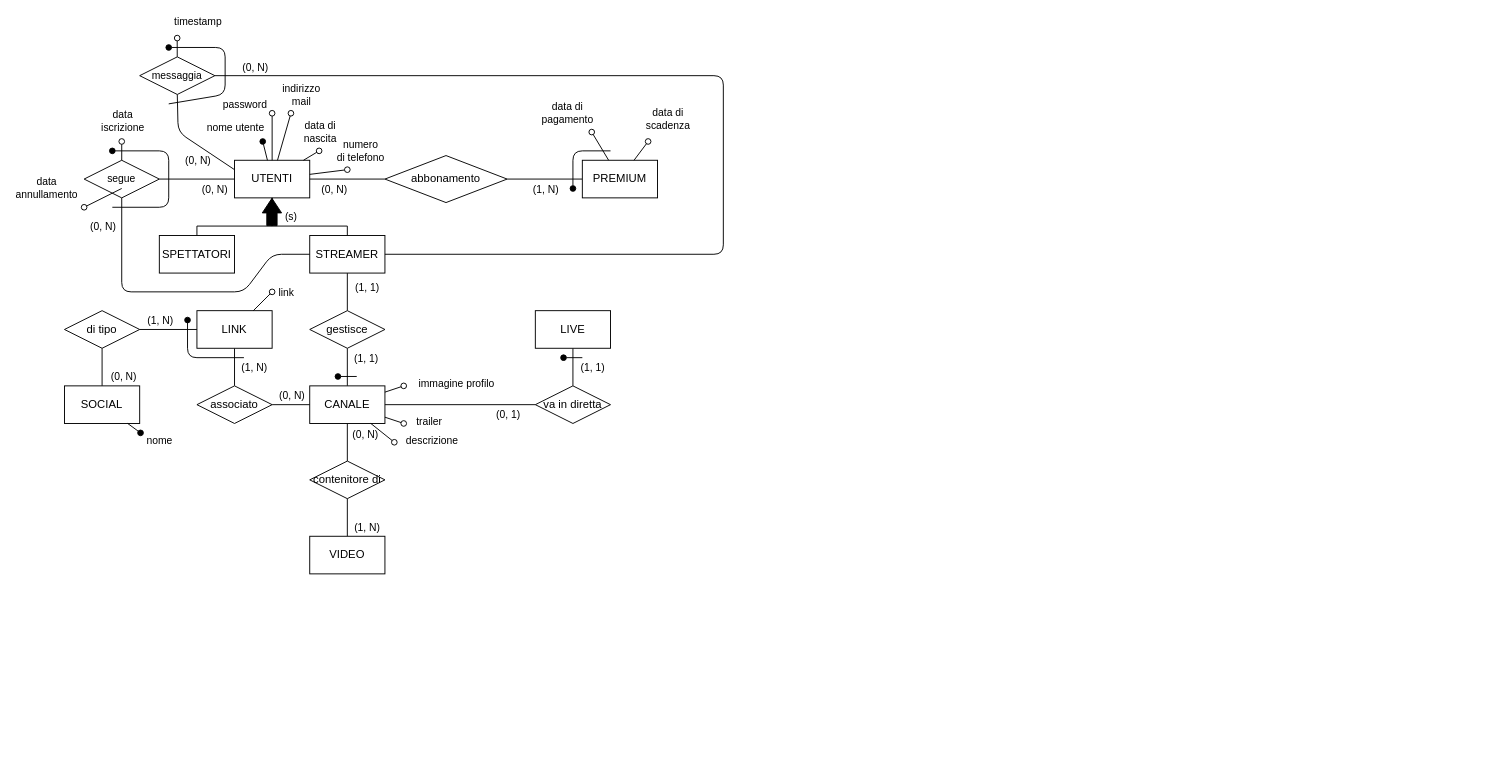
Mattron2000/Basi_di_dati keeps this draw.io diagram as Progetto Esame - DBSperimentazioni A.A. 2023-2024/Diagrammi/1.5 Schema E-R.drawio. Above is the earlier version. Source tidied: cells renumbered, new cells numbered last; positions are measured from the earlier drawing's top-left corner, leaving out a move shared by most shapes. Both pictures are drawn from the tidied source at 94%, with x=0, y=0 at pixel (64, 38).
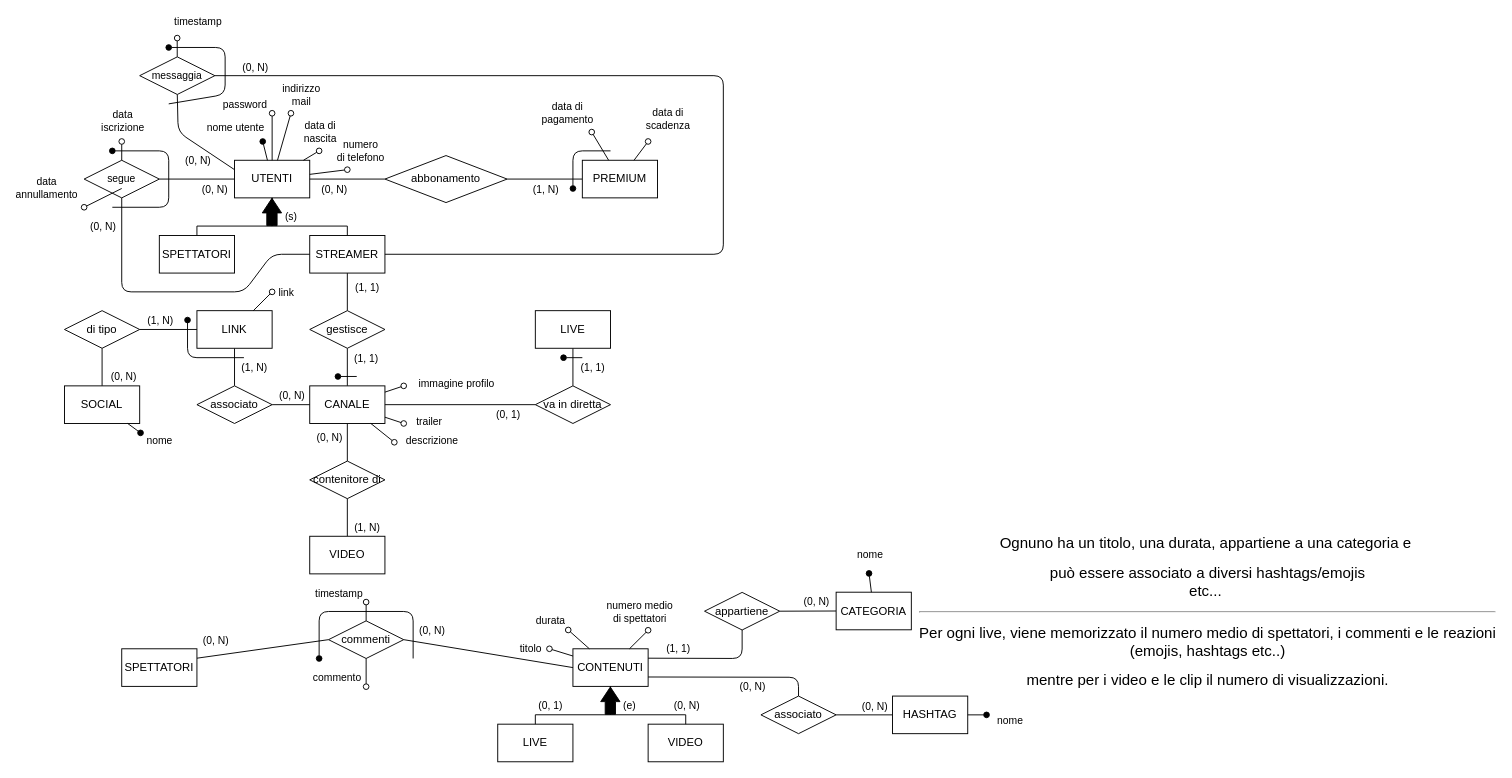
The same diagram, later.

Commit message:
Avanzamento nella creazione di contenuti, live e video parte 1

The change refers to these unchanged cells:
```xml
<mxCell id="36" style="edgeStyle=none;shape=connector;rounded=1;fillStyle=auto;html=1;labelBackgroundColor=default;strokeColor=default;strokeWidth=1;fontFamily=Helvetica;fontSize=11;fontColor=default;endArrow=none;startSize=6;endSize=6;fillColor=#000000;entryX=0.5;entryY=0;entryDx=0;entryDy=0;exitX=0.5;exitY=1;exitDx=0;exitDy=0;" parent="1" edge="1" source="38" target="39">
  <mxGeometry relative="1" as="geometry" />
</mxCell>
```

Change to the diagram source:
```diff
@@
     <mxCell id="37" value="(0, N)" style="edgeLabel;html=1;align=center;verticalAlign=middle;fontSize=11;fontFamily=Helvetica;fontColor=default;" parent="36" vertex="1">
       <mxGeometry x="-0.3" relative="1" as="geometry">
-        <mxPoint x="18" y="-3" as="offset" />
+        <mxPoint x="-20" as="offset" />
       </mxGeometry>
     </mxCell>
@@
+    <mxCell id="90" value="CONTENUTI" style="rounded=0;whiteSpace=wrap;html=1;" parent="1" vertex="1">
+      <mxGeometry x="541" y="649.7" width="80" height="40" as="geometry" />
+    </mxCell>
+    <mxCell id="91" value="LIVE" style="rounded=0;whiteSpace=wrap;html=1;" parent="1" vertex="1">
+      <mxGeometry x="461" y="729.9" width="80" height="40" as="geometry" />
+    </mxCell>
+    <mxCell id="92" value="VIDEO" style="rounded=0;whiteSpace=wrap;html=1;" parent="1" vertex="1">
+      <mxGeometry x="621" y="729.9" width="80" height="40" as="geometry" />
+    </mxCell>
+    <mxCell id="93" style="edgeStyle=elbowEdgeStyle;elbow=vertical;endArrow=none;html=1;curved=0;rounded=0;endSize=8;startSize=8;strokeWidth=1;endFill=0;entryX=0.5;entryY=1;entryDx=0;entryDy=0;exitX=0.5;exitY=0;exitDx=0;exitDy=0;" parent="1" edge="1" source="91" target="90">
+      <mxGeometry relative="1" as="geometry">
+        <Array as="points">
+          <mxPoint x="541" y="719.9" />
+        </Array>
+      </mxGeometry>
+    </mxCell>
+    <mxCell id="94" style="edgeStyle=elbowEdgeStyle;elbow=vertical;endArrow=none;html=1;curved=0;rounded=0;endSize=8;startSize=8;strokeWidth=1;endFill=0;entryX=0.5;entryY=1;entryDx=0;entryDy=0;exitX=0.5;exitY=0;exitDx=0;exitDy=0;" parent="1" edge="1" source="92" target="90">
+      <mxGeometry relative="1" as="geometry">
+        <Array as="points">
+          <mxPoint x="631" y="719.9" />
+          <mxPoint x="551" y="729.9" />
+        </Array>
+      </mxGeometry>
+    </mxCell>
+    <mxCell id="95" value="(e)" style="shape=flexArrow;endArrow=classic;html=1;strokeWidth=1;startSize=0;endSize=4.833333333333333;width=10.952380952380953;endWidth=8.594104308390023;fillColor=#000000;fillStyle=auto;" parent="1" edge="1">
+      <mxGeometry x="-0.33" y="-20" relative="1" as="geometry">
+        <mxPoint x="580.8" y="719.9" as="sourcePoint" />
+        <mxPoint x="580.8" y="689.9" as="targetPoint" />
+      </mxGeometry>
+    </mxCell>
+    <mxCell id="96" value="(0, 1)" style="edgeLabel;html=1;align=center;verticalAlign=middle;fontSize=11;fontFamily=Helvetica;fontColor=default;" parent="1" vertex="1">
+      <mxGeometry x="516" y="709.7" as="geometry" />
+    </mxCell>
+    <mxCell id="97" value="(0, N)" style="edgeLabel;html=1;align=center;verticalAlign=middle;fontSize=11;fontFamily=Helvetica;fontColor=default;" parent="1" vertex="1">
+      <mxGeometry x="661" y="709.7" as="geometry" />
+    </mxCell>
+    <mxCell id="98" value="&lt;br/&gt;&#9;&#9;&lt;br/&gt;&#9;&lt;br/&gt;&#9;&lt;br/&gt;&#9;&#9;&lt;div title=&quot;Page 2&quot; class=&quot;page&quot;&gt;&lt;br/&gt;&#9;&#9;&#9;&lt;div class=&quot;layoutArea&quot;&gt;&lt;br/&gt;&#9;&#9;&#9;&#9;&lt;div class=&quot;column&quot;&gt;&lt;br/&gt;&#9;&#9;&#9;&#9;&#9;&lt;p&gt;&lt;span style=&quot;font-size: 12.000000pt; font-family: 'TimesNewRomanPSMT'&quot;&gt;Ognuno ha un titolo,&amp;nbsp;&lt;/span&gt;&lt;span style=&quot;background-color: initial; font-family: TimesNewRomanPSMT; font-size: 12pt;&quot;&gt;una durata, appartiene a una categoria e&amp;nbsp;&lt;/span&gt;&lt;/p&gt;&lt;p&gt;&lt;span style=&quot;background-color: initial; font-family: TimesNewRomanPSMT; font-size: 12pt;&quot;&gt;può essere associato a diversi hashtags/emojis&lt;br/&gt;etc...&amp;nbsp;&lt;/span&gt;&lt;/p&gt;&lt;hr&gt;&lt;p&gt;&lt;span style=&quot;background-color: initial; font-family: TimesNewRomanPSMT; font-size: 12pt;&quot;&gt;Per ogni live, viene memorizzato il numero medio di spettatori, i commenti e le reazioni&lt;br/&gt;(emojis, hashtags etc..)&lt;/span&gt;&lt;/p&gt;&lt;p&gt;&lt;span style=&quot;background-color: initial; font-family: TimesNewRomanPSMT; font-size: 12pt;&quot;&gt;&amp;nbsp;mentre per i video e le clip il numero di visualizzazioni.&amp;nbsp;&lt;/span&gt;&lt;/p&gt;&lt;/div&gt;&lt;/div&gt;&lt;/div&gt;" style="text;html=1;align=center;verticalAlign=middle;strokeColor=none;fillColor=none;" parent="1" vertex="1">
+      <mxGeometry x="921" y="409.7" width="590" height="300" as="geometry" />
+    </mxCell>
+    <mxCell id="99" style="endArrow=oval;html=1;fillStyle=auto;strokeWidth=1;startSize=6;endSize=6;fillColor=#000000;startArrow=none;startFill=0;endFill=0;" parent="1" edge="1" source="90">
+      <mxGeometry relative="1" as="geometry">
+        <mxPoint x="516" y="649.7" as="targetPoint" />
+      </mxGeometry>
+    </mxCell>
+    <mxCell id="100" value="titolo" style="edgeLabel;html=1;align=center;verticalAlign=middle;" parent="99" vertex="1">
+      <mxGeometry x="0.48" y="1" relative="1" as="geometry">
+        <mxPoint x="-27" y="-3" as="offset" />
+      </mxGeometry>
+    </mxCell>
+    <mxCell id="101" style="endArrow=oval;html=1;fillStyle=auto;strokeWidth=1;startSize=6;endSize=6;fillColor=#000000;startArrow=none;startFill=0;endFill=0;" parent="1" edge="1" source="90">
+      <mxGeometry relative="1" as="geometry">
+        <mxPoint x="536" y="629.7" as="targetPoint" />
+      </mxGeometry>
+    </mxCell>
+    <mxCell id="102" value="durata" style="edgeLabel;html=1;align=center;verticalAlign=middle;" parent="101" vertex="1">
+      <mxGeometry x="0.48" y="1" relative="1" as="geometry">
+        <mxPoint x="-25" y="-16" as="offset" />
+      </mxGeometry>
+    </mxCell>
+    <mxCell id="103" style="edgeStyle=none;shape=connector;rounded=1;fillStyle=auto;html=1;labelBackgroundColor=default;strokeColor=default;strokeWidth=1;fontFamily=Helvetica;fontSize=11;fontColor=default;endArrow=none;endFill=0;startSize=6;endSize=6;fillColor=#000000;exitX=1;exitY=0.5;exitDx=0;exitDy=0;entryX=0;entryY=0.5;entryDx=0;entryDy=0;" parent="1" edge="1" source="107" target="108">
+      <mxGeometry relative="1" as="geometry" />
+    </mxCell>
+    <mxCell id="104" value="(0, N)" style="edgeLabel;html=1;align=center;verticalAlign=middle;fontSize=11;fontFamily=Helvetica;fontColor=default;" parent="103" vertex="1">
+      <mxGeometry x="0.43" y="1" relative="1" as="geometry">
+        <mxPoint x="-4" y="-9" as="offset" />
+      </mxGeometry>
+    </mxCell>
+    <mxCell id="105" style="edgeStyle=none;html=1;exitX=0.5;exitY=1;exitDx=0;exitDy=0;entryX=1;entryY=0.25;entryDx=0;entryDy=0;endArrow=none;endFill=0;" parent="1" edge="1" source="107" target="90">
+      <mxGeometry relative="1" as="geometry">
+        <Array as="points">
+          <mxPoint x="721" y="660" />
+        </Array>
+      </mxGeometry>
+    </mxCell>
+    <mxCell id="106" value="(1, 1)" style="edgeLabel;html=1;align=center;verticalAlign=middle;" parent="105" vertex="1">
+      <mxGeometry x="0.57" y="-3" relative="1" as="geometry">
+        <mxPoint x="3" y="-7" as="offset" />
+      </mxGeometry>
+    </mxCell>
+    <mxCell id="107" value="appartiene" style="rhombus;whiteSpace=wrap;html=1;" parent="1" vertex="1">
+      <mxGeometry x="681" y="589.7" width="80" height="40" as="geometry" />
+    </mxCell>
+    <mxCell id="108" value="CATEGORIA" style="rounded=0;whiteSpace=wrap;html=1;" parent="1" vertex="1">
+      <mxGeometry x="821" y="589.5" width="80" height="40" as="geometry" />
+    </mxCell>
+    <mxCell id="109" style="endArrow=oval;html=1;fillStyle=auto;strokeWidth=1;startSize=6;endSize=6;fillColor=#000000;startArrow=none;startFill=0;endFill=1;" parent="1" edge="1" source="108">
+      <mxGeometry relative="1" as="geometry">
+        <mxPoint x="856" y="569.5" as="targetPoint" />
+      </mxGeometry>
+    </mxCell>
+    <mxCell id="110" value="nome" style="edgeLabel;html=1;align=center;verticalAlign=middle;" parent="109" vertex="1">
+      <mxGeometry x="0.48" y="1" relative="1" as="geometry">
+        <mxPoint x="1" y="-25" as="offset" />
+      </mxGeometry>
+    </mxCell>
+    <mxCell id="111" style="edgeStyle=none;shape=connector;rounded=1;fillStyle=auto;html=1;labelBackgroundColor=default;strokeColor=default;strokeWidth=1;fontFamily=Helvetica;fontSize=11;fontColor=default;endArrow=none;endFill=0;startSize=6;endSize=6;fillColor=#000000;exitX=1;exitY=0.5;exitDx=0;exitDy=0;entryX=0;entryY=0.5;entryDx=0;entryDy=0;" parent="1" edge="1" source="115" target="116">
+      <mxGeometry relative="1" as="geometry" />
+    </mxCell>
+    <mxCell id="112" value="(0, N)" style="edgeLabel;html=1;align=center;verticalAlign=middle;fontSize=11;fontFamily=Helvetica;fontColor=default;" parent="111" vertex="1">
+      <mxGeometry x="0.43" y="1" relative="1" as="geometry">
+        <mxPoint x="-3" y="-9" as="offset" />
+      </mxGeometry>
+    </mxCell>
+    <mxCell id="113" style="edgeStyle=none;html=1;exitX=0.5;exitY=0;exitDx=0;exitDy=0;entryX=1;entryY=0.75;entryDx=0;entryDy=0;endArrow=none;endFill=0;" parent="1" edge="1" source="115" target="90">
+      <mxGeometry relative="1" as="geometry">
+        <Array as="points">
+          <mxPoint x="781" y="680" />
+        </Array>
+      </mxGeometry>
+    </mxCell>
+    <mxCell id="114" value="(0, N)" style="edgeLabel;html=1;align=center;verticalAlign=middle;" parent="113" vertex="1">
+      <mxGeometry x="0.57" y="-3" relative="1" as="geometry">
+        <mxPoint x="71" y="13" as="offset" />
+      </mxGeometry>
+    </mxCell>
+    <mxCell id="115" value="associato" style="rhombus;whiteSpace=wrap;html=1;" parent="1" vertex="1">
+      <mxGeometry x="741" y="700" width="80" height="40" as="geometry" />
+    </mxCell>
+    <mxCell id="116" value="HASHTAG" style="rounded=0;whiteSpace=wrap;html=1;" parent="1" vertex="1">
+      <mxGeometry x="881" y="700" width="80" height="40" as="geometry" />
+    </mxCell>
+    <mxCell id="117" style="endArrow=oval;html=1;fillStyle=auto;strokeWidth=1;startSize=6;endSize=6;fillColor=#000000;startArrow=none;startFill=0;endFill=1;" parent="1" edge="1" source="116">
+      <mxGeometry relative="1" as="geometry">
+        <mxPoint x="981" y="720" as="targetPoint" />
+      </mxGeometry>
+    </mxCell>
+    <mxCell id="118" value="nome" style="edgeLabel;html=1;align=center;verticalAlign=middle;" parent="117" vertex="1">
+      <mxGeometry x="0.48" y="1" relative="1" as="geometry">
+        <mxPoint x="29" y="6" as="offset" />
+      </mxGeometry>
+    </mxCell>
+    <mxCell id="119" style="endArrow=oval;html=1;fillStyle=auto;strokeWidth=1;startSize=6;endSize=6;fillColor=#000000;startArrow=none;startFill=0;endFill=0;" parent="1" edge="1" source="90">
+      <mxGeometry relative="1" as="geometry">
+        <mxPoint x="621" y="630" as="targetPoint" />
+      </mxGeometry>
+    </mxCell>
+    <mxCell id="120" value="numero medio &lt;br&gt;di spettatori" style="edgeLabel;html=1;align=center;verticalAlign=middle;" parent="119" vertex="1">
+      <mxGeometry x="0.48" y="1" relative="1" as="geometry">
+        <mxPoint x="-4" y="-24" as="offset" />
+      </mxGeometry>
+    </mxCell>
+    <mxCell id="121" style="edgeStyle=none;html=1;exitX=1;exitY=0.25;exitDx=0;exitDy=0;entryX=0;entryY=0.5;entryDx=0;entryDy=0;endArrow=none;endFill=0;" parent="1" edge="1" source="123" target="126">
+      <mxGeometry relative="1" as="geometry" />
+    </mxCell>
+    <mxCell id="122" value="(0, N)" style="edgeLabel;html=1;align=center;verticalAlign=middle;" parent="121" vertex="1">
+      <mxGeometry x="-0.54" relative="1" as="geometry">
+        <mxPoint x="-13" y="-15" as="offset" />
+      </mxGeometry>
+    </mxCell>
+    <mxCell id="123" value="SPETTATORI" style="rounded=0;whiteSpace=wrap;html=1;" parent="1" vertex="1">
+      <mxGeometry x="61" y="649.7" width="80" height="40" as="geometry" />
+    </mxCell>
+    <mxCell id="124" style="edgeStyle=none;html=1;exitX=1;exitY=0.5;exitDx=0;exitDy=0;entryX=0;entryY=0.5;entryDx=0;entryDy=0;endArrow=none;endFill=0;" parent="1" edge="1" source="126" target="90">
+      <mxGeometry relative="1" as="geometry" />
+    </mxCell>
+    <mxCell id="125" value="(0, N)" style="edgeLabel;html=1;align=center;verticalAlign=middle;" parent="124" vertex="1">
+      <mxGeometry x="0.31" y="-3" relative="1" as="geometry">
+        <mxPoint x="-87" y="-33" as="offset" />
+      </mxGeometry>
+    </mxCell>
+    <mxCell id="126" value="commenti" style="rhombus;whiteSpace=wrap;html=1;" parent="1" vertex="1">
+      <mxGeometry x="281" y="620" width="80" height="40" as="geometry" />
+    </mxCell>
+    <mxCell id="127" style="endArrow=oval;html=1;fillStyle=auto;strokeWidth=1;startSize=6;endSize=6;fillColor=#000000;startArrow=none;startFill=0;endFill=0;" parent="1" edge="1" source="126">
+      <mxGeometry relative="1" as="geometry">
+        <mxPoint x="321" y="690" as="targetPoint" />
+      </mxGeometry>
+    </mxCell>
+    <mxCell id="128" value="commento" style="edgeLabel;html=1;align=center;verticalAlign=middle;" parent="127" vertex="1">
+      <mxGeometry x="0.48" y="1" relative="1" as="geometry">
+        <mxPoint x="-33" y="-3" as="offset" />
+      </mxGeometry>
+    </mxCell>
+    <mxCell id="129" style="endArrow=oval;html=1;fillStyle=auto;strokeWidth=1;startSize=6;endSize=6;fillColor=#000000;startArrow=none;startFill=0;endFill=0;" parent="1" edge="1" source="126">
+      <mxGeometry relative="1" as="geometry">
+        <mxPoint x="321" y="600" as="targetPoint" />
+      </mxGeometry>
+    </mxCell>
+    <mxCell id="130" value="timestamp" style="edgeLabel;html=1;align=center;verticalAlign=middle;" parent="129" vertex="1">
+      <mxGeometry x="0.48" y="1" relative="1" as="geometry">
+        <mxPoint x="-29" y="-15" as="offset" />
+      </mxGeometry>
+    </mxCell>
+    <mxCell id="131" style="endArrow=oval;html=1;fillStyle=auto;strokeWidth=1;startSize=6;endSize=6;fillColor=#000000;startArrow=none;startFill=0;endFill=1;" parent="1" edge="1">
+      <mxGeometry relative="1" as="geometry">
+        <mxPoint x="371" y="660" as="sourcePoint" />
+        <mxPoint x="271" y="660" as="targetPoint" />
+        <Array as="points">
+          <mxPoint x="371" y="610" />
+          <mxPoint x="271" y="610" />
+        </Array>
+      </mxGeometry>
+    </mxCell>
```
